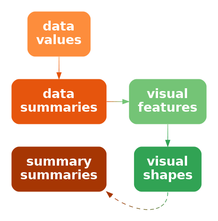
The Graphviz diagram Diagrams/data-stat-vis-shape-stat.png in pmur002/hdvw, before a commit. Its source is kept beside it as Diagrams/data-stat-vis-shape-stat.dot.
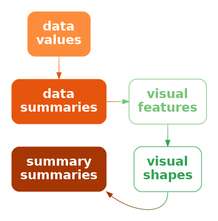
Later version of the same file.

Diff of the diagram source:
```diff
@@ -5,13 +5,13 @@
   stat [ label="data\nsummaries"; shape=box; style="filled, rounded"; penwidth=0; fontcolor=white; fillcolor="#E6550D" ]
   stat2 [ label="summary\nsummaries"; shape=box; style="filled, rounded"; penwidth=0; fontcolor=white; fillcolor="#A63603" ]
   vis [ label="visual\nfeatures"; shape=box;
-     style="filled, rounded"; penwidth=0; fontcolor=white; fillcolor="#74C476" ]
+     style="rounded"; color="#74C476"; fontcolor="#74C476" ]
   shape [ label="visual\nshapes"; shape=box;
-       style="filled, rounded"; penwidth=0; fontcolor=white; fillcolor="#31A354" ]
-  data -> stat [ color="#FD8D3C;0.1:#FA8737;0.1:#F88132;0.1:#F57A2C;0.1:#F37427;0.1:#F06E22;0.1:#EE681D;0.1:#EB6117;0.1:#E95B12;0.1:#E6550D;0.1" ]
-  stat -> vis [ color="#E6550D;0.1:#D96119;0.1:#CD6E24;0.1:#C07A30;0.1:#B3863C;0.1:#A79347;0.1:#9A9F53;0.1:#8DAB5F;0.1:#81B86A;0.1:#74C476;0.1" ]
-  vis -> shape [ color="#74C476;0.1:#6DC072;0.1:#65BD6E;0.1:#5EB96B;0.1:#56B567;0.1:#4FB263;0.1:#47AE5F;0.1:#40AA5C;0.1:#38A758;0.1:#31A354;0.1" ]
-  shape:s -> stat2:se [ style="dashed", color="#31A354;0.1:#3E974B;0.1:#4B8B42;0.1:#587F39;0.1:#657330;0.1:#726627;0.1:#7F5A1E;0.1:#8C4E15;0.1:#99420C;0.1:#A63603;0.1" ]
+       style="rounded"; color="#31A354"; fontcolor="#31A354" ]
+  data -> stat [ style="solid"; penwidth=1; color="#FD8D3C;0.1:#FA8737;0.1:#F88132;0.1:#F57A2C;0.1:#F37427;0.1:#F06E22;0.1:#EE681D;0.1:#EB6117;0.1:#E95B12;0.1:#E6550D;0.1" ]
+  stat -> vis [ style="bold"; penwidth=1; color="#E6550D;0.1:#D96119;0.1:#CD6E24;0.1:#C07A30;0.1:#B3863C;0.1:#A79347;0.1:#9A9F53;0.1:#8DAB5F;0.1:#81B86A;0.1:#74C476;0.1" ]
+  vis -> shape [ style="solid", color="#74C476;0.1:#6DC072;0.1:#65BD6E;0.1:#5EB96B;0.1:#56B567;0.1:#4FB263;0.1:#47AE5F;0.1:#40AA5C;0.1:#38A758;0.1:#31A354;0.1" ]
+  shape:s -> stat2:se [ style="solid", color="#31A354;0.1:#3E974B;0.1:#4B8B42;0.1:#587F39;0.1:#657330;0.1:#726627;0.1:#7F5A1E;0.1:#8C4E15;0.1:#99420C;0.1:#A63603;0.1" ]
 { rank=same; data, stat }
 { rank=same; data, stat2 }
 { rank=same; vis, shape }
```
